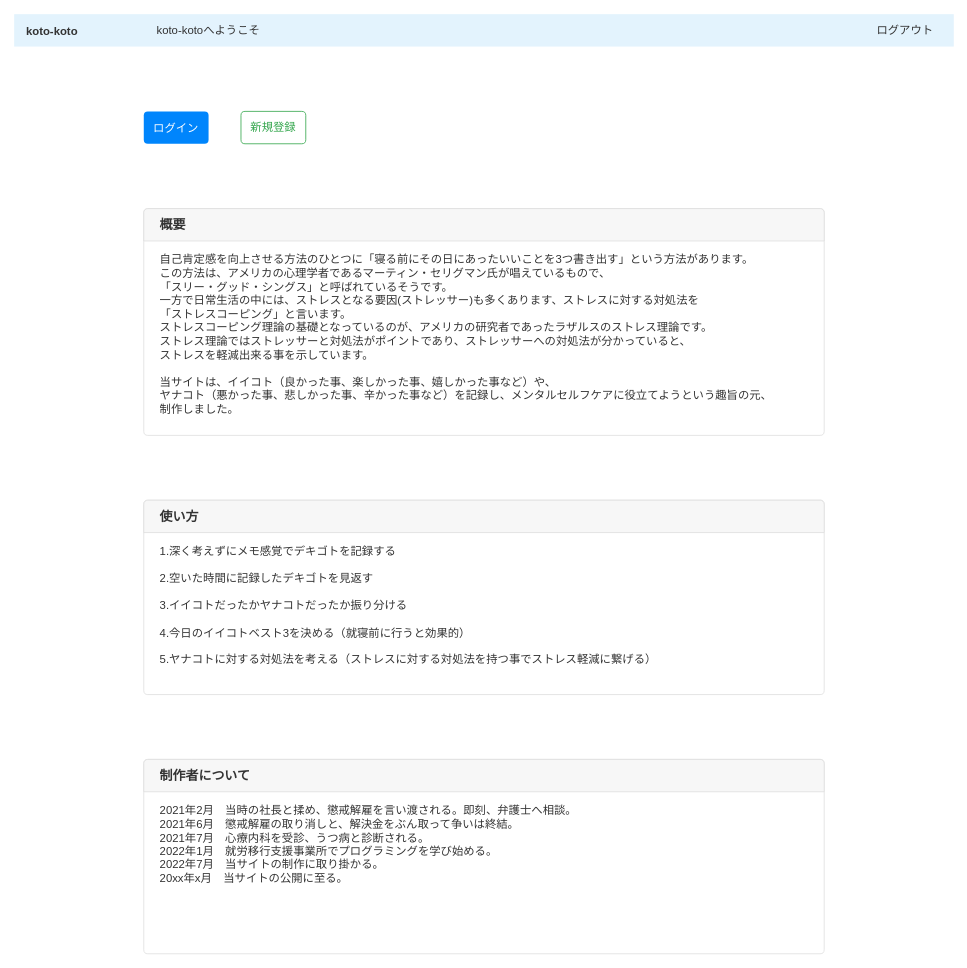
omoikanelulu/Three_good_things keeps this draw.io diagram as page "トップページ" (1 of 5) of 名称未設定ファイル.drawio. Above is the earlier version. Source tidied: cells renumbered, new cells numbered last; positions are measured from the earlier drawing's top-left corner, leaving out a move shared by most shapes. Both pictures are drawn from the tidied source at 81%, with x=0, y=0 at pixel (14, 14).
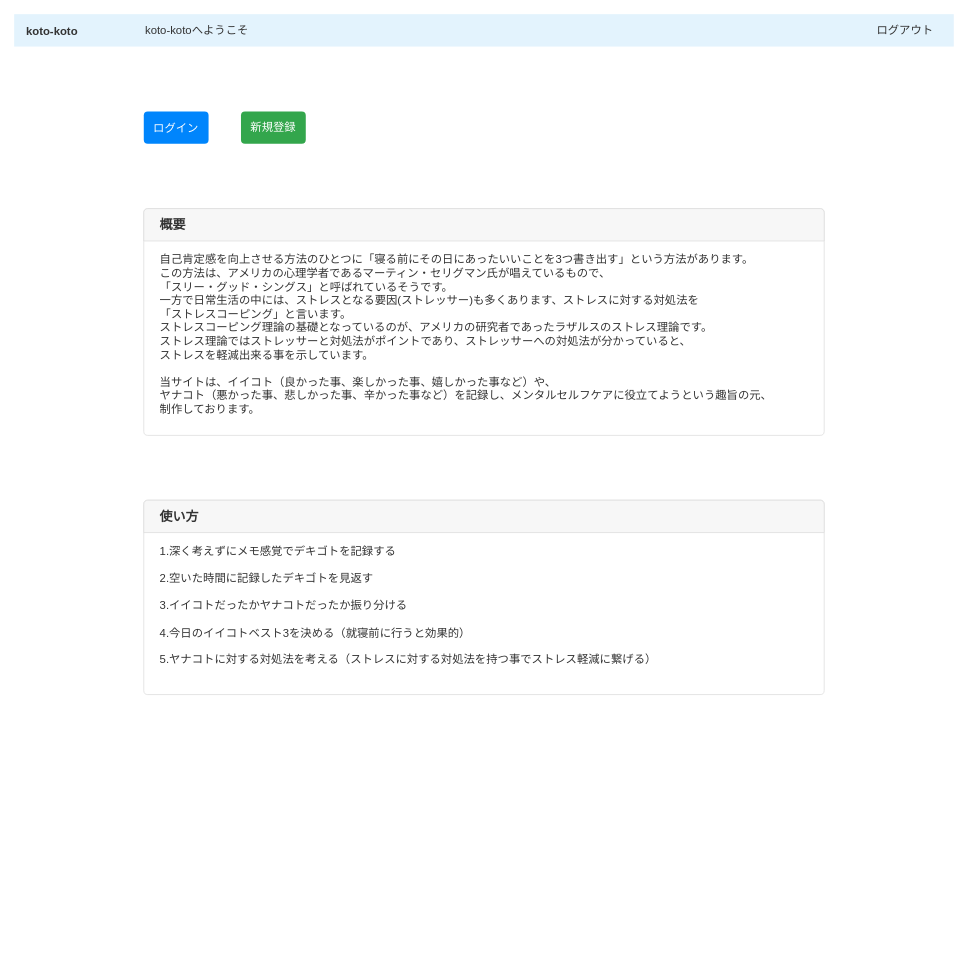
The same diagram, later.

The edit, as a diff of the source:
```diff
@@
 <mxGraphModel background="#ffffff">
   <root>
     <mxCell id="0" />
     <mxCell id="1" parent="0" />
     <mxCell id="2" value="&lt;b style=&quot;font-size: 14px; text-align: center;&quot;&gt;&lt;font color=&quot;#333333&quot;&gt;koto-koto&lt;/font&gt;&lt;/b&gt;" style="html=1;shadow=0;dashed=0;fillColor=#E3F3FD;strokeColor=none;fontSize=16;fontColor=#161819;align=left;spacing=15;" parent="1" vertex="1">
       <mxGeometry width="1160" height="40" as="geometry" />
     </mxCell>
     <mxCell id="3" value="ログアウト" style="html=1;shadow=0;dashed=0;fillColor=none;strokeColor=none;shape=mxgraph.bootstrap.rect;fontColor=#333333;whiteSpace=wrap;fontSize=14;" parent="1" vertex="1">
       <mxGeometry x="1040" width="120" height="40" as="geometry" />
     </mxCell>
     <mxCell id="4" value="&lt;font style=&quot;font-size: 14px;&quot;&gt;ログイン&lt;/font&gt;" style="html=1;shadow=0;dashed=0;shape=mxgraph.bootstrap.rrect;rSize=5;strokeColor=none;strokeWidth=1;fillColor=#0085FC;fontColor=#FFFFFF;whiteSpace=wrap;align=center;verticalAlign=middle;spacingLeft=0;fontStyle=0;fontSize=16;spacing=5;" parent="1" vertex="1">
       <mxGeometry x="160" y="120" width="80" height="40" as="geometry" />
     </mxCell>
-    <mxCell id="5" value="新規登録" style="html=1;shadow=0;dashed=0;shape=mxgraph.bootstrap.rrect;rSize=5;strokeColor=#33A64C;strokeWidth=1;fillColor=none;fontColor=#33A64C;whiteSpace=wrap;align=center;verticalAlign=middle;spacingLeft=0;fontStyle=0;fontSize=14;spacing=5;" parent="1" vertex="1">
+    <mxCell id="5" value="新規登録" style="html=1;shadow=0;dashed=0;shape=mxgraph.bootstrap.rrect;rSize=5;strokeColor=none;strokeWidth=1;fillColor=#33A64C;fontColor=#FFFFFF;whiteSpace=wrap;align=center;verticalAlign=middle;spacingLeft=0;fontStyle=0;fontSize=14;spacing=5;" parent="1" vertex="1">
       <mxGeometry x="280" y="120" width="80" height="40" as="geometry" />
     </mxCell>
-    <mxCell id="6" value="koto-kotoへようこそ" style="html=1;shadow=0;dashed=0;fillColor=none;strokeColor=none;shape=mxgraph.bootstrap.rect;fontColor=#333333;whiteSpace=wrap;fontSize=14;" parent="1" vertex="1">
+    <mxCell id="6" value="koto-kotoへようこそ" style="html=1;shadow=0;dashed=0;fillColor=none;strokeColor=none;shape=mxgraph.bootstrap.rect;fontColor=#333333;whiteSpace=wrap;fontSize=14;align=left;" parent="1" vertex="1">
       <mxGeometry x="160" width="160" height="40" as="geometry" />
     </mxCell>
     <mxCell id="7" style="html=1;shadow=0;dashed=0;shape=mxgraph.bootstrap.rrect;rSize=5;strokeColor=#DFDFDF;html=1;whiteSpace=wrap;fillColor=#FFFFFF;fontColor=#333333;fontSize=16;" parent="1" vertex="1">
       <mxGeometry x="160" y="240" width="840" height="280" as="geometry" />
     </mxCell>
     <mxCell id="8" value="概要" style="html=1;shadow=0;dashed=0;shape=mxgraph.bootstrap.topButton;strokeColor=inherit;fillColor=#F7F7F7;rSize=5;perimeter=none;whiteSpace=wrap;align=left;spacing=20;fontSize=16;fontStyle=1;fontColor=#333333;" parent="7" vertex="1">
       <mxGeometry width="840" height="40" relative="1" as="geometry" />
     </mxCell>
-    <mxCell id="9" value="&lt;font style=&quot;&quot;&gt;&lt;div style=&quot;&quot;&gt;自己肯定感を向上させる方法のひとつに「寝る前にその日にあったいいことを3つ書き出す」という方法があります。&lt;/div&gt;&lt;div style=&quot;&quot;&gt;&lt;span style=&quot;background-color: initial;&quot;&gt;この方法は、アメリカの心理学者であるマーティン・セリグマン氏が唱えているもので、&lt;/span&gt;&lt;/div&gt;&lt;div style=&quot;&quot;&gt;&lt;span style=&quot;background-color: initial;&quot;&gt;「スリー・グッド・シングス」と呼ばれているそうです。&lt;/span&gt;&lt;/div&gt;&lt;div style=&quot;&quot;&gt;&lt;span style=&quot;background-color: initial;&quot;&gt;一方で日常生活の中には、ストレスとなる要因(ストレッサー)も多くあります、ストレスに対する対処法を&lt;/span&gt;&lt;/div&gt;&lt;div style=&quot;&quot;&gt;&lt;span style=&quot;background-color: initial;&quot;&gt;「ストレスコーピング」と言います。&lt;/span&gt;&lt;/div&gt;&lt;div style=&quot;&quot;&gt;&lt;span style=&quot;background-color: initial;&quot;&gt;ストレスコーピング理論の基礎となっているのが、アメリカの研究者であったラザルスのストレス理論です。&lt;/span&gt;&lt;br&gt;&lt;/div&gt;&lt;div style=&quot;&quot;&gt;&lt;span style=&quot;background-color: initial;&quot;&gt;ストレス理論ではストレッサーと対処法がポイントであり、ストレッサーへの対処法が分かっていると、&lt;/span&gt;&lt;/div&gt;&lt;div style=&quot;&quot;&gt;&lt;span style=&quot;background-color: initial;&quot;&gt;ストレスを軽減出来る事を示しています。&lt;/span&gt;&lt;/div&gt;&lt;div style=&quot;&quot;&gt;&lt;span style=&quot;background-color: initial;&quot;&gt;&lt;br&gt;&lt;/span&gt;&lt;/div&gt;&lt;div style=&quot;&quot;&gt;&lt;span style=&quot;background-color: initial;&quot;&gt;当サイトは、イイコト（良かった事、楽しかった事、嬉しかった事など）や、&lt;/span&gt;&lt;/div&gt;&lt;div style=&quot;&quot;&gt;&lt;span style=&quot;background-color: initial;&quot;&gt;ヤナコト（悪かった事、悲しかった事、辛かった事など）を記録し、メンタルセルフケアに役立てようという趣旨の元、&lt;/span&gt;&lt;/div&gt;&lt;div style=&quot;&quot;&gt;&lt;span style=&quot;background-color: initial;&quot;&gt;制作しました。&lt;/span&gt;&lt;/div&gt;&lt;/font&gt;" style="perimeter=none;html=1;whiteSpace=wrap;fillColor=none;strokeColor=none;verticalAlign=top;align=left;spacing=20;spacingTop=-10;fontSize=14;fontColor=#333333;" parent="7" vertex="1">
+    <mxCell id="9" value="&lt;font style=&quot;&quot;&gt;&lt;div style=&quot;&quot;&gt;自己肯定感を向上させる方法のひとつに「寝る前にその日にあったいいことを3つ書き出す」という方法があります。&lt;/div&gt;&lt;div style=&quot;&quot;&gt;&lt;span style=&quot;background-color: initial;&quot;&gt;この方法は、アメリカの心理学者であるマーティン・セリグマン氏が唱えているもので、&lt;/span&gt;&lt;/div&gt;&lt;div style=&quot;&quot;&gt;&lt;span style=&quot;background-color: initial;&quot;&gt;「スリー・グッド・シングス」と呼ばれているそうです。&lt;/span&gt;&lt;/div&gt;&lt;div style=&quot;&quot;&gt;&lt;span style=&quot;background-color: initial;&quot;&gt;一方で日常生活の中には、ストレスとなる要因(ストレッサー)も多くあります、ストレスに対する対処法を&lt;/span&gt;&lt;/div&gt;&lt;div style=&quot;&quot;&gt;&lt;span style=&quot;background-color: initial;&quot;&gt;「ストレスコーピング」と言います。&lt;/span&gt;&lt;/div&gt;&lt;div style=&quot;&quot;&gt;&lt;span style=&quot;background-color: initial;&quot;&gt;ストレスコーピング理論の基礎となっているのが、アメリカの研究者であったラザルスのストレス理論です。&lt;/span&gt;&lt;br&gt;&lt;/div&gt;&lt;div style=&quot;&quot;&gt;&lt;span style=&quot;background-color: initial;&quot;&gt;ストレス理論ではストレッサーと対処法がポイントであり、ストレッサーへの対処法が分かっていると、&lt;/span&gt;&lt;/div&gt;&lt;div style=&quot;&quot;&gt;&lt;span style=&quot;background-color: initial;&quot;&gt;ストレスを軽減出来る事を示しています。&lt;/span&gt;&lt;/div&gt;&lt;div style=&quot;&quot;&gt;&lt;span style=&quot;background-color: initial;&quot;&gt;&lt;br&gt;&lt;/span&gt;&lt;/div&gt;&lt;div style=&quot;&quot;&gt;&lt;span style=&quot;background-color: initial;&quot;&gt;当サイトは、イイコト（良かった事、楽しかった事、嬉しかった事など）や、&lt;/span&gt;&lt;/div&gt;&lt;div style=&quot;&quot;&gt;&lt;span style=&quot;background-color: initial;&quot;&gt;ヤナコト（悪かった事、悲しかった事、辛かった事など）を記録し、メンタルセルフケアに役立てようという趣旨の元、&lt;/span&gt;&lt;/div&gt;&lt;div style=&quot;&quot;&gt;&lt;span style=&quot;background-color: initial;&quot;&gt;制作しております。&lt;/span&gt;&lt;/div&gt;&lt;/font&gt;" style="perimeter=none;html=1;whiteSpace=wrap;fillColor=none;strokeColor=none;verticalAlign=top;align=left;spacing=20;spacingTop=-10;fontSize=14;fontColor=#333333;" parent="7" vertex="1">
       <mxGeometry width="840" height="240" relative="1" as="geometry">
         <mxPoint y="40" as="offset" />
       </mxGeometry>
     </mxCell>
     <mxCell id="10" style="html=1;shadow=0;dashed=0;shape=mxgraph.bootstrap.rrect;rSize=5;strokeColor=#DFDFDF;html=1;whiteSpace=wrap;fillColor=#FFFFFF;fontColor=#333333;fontSize=16;" parent="1" vertex="1">
       <mxGeometry x="160" y="600" width="840" height="240" as="geometry" />
     </mxCell>
     <mxCell id="11" value="使い方" style="html=1;shadow=0;dashed=0;shape=mxgraph.bootstrap.topButton;strokeColor=inherit;fillColor=#F7F7F7;rSize=5;perimeter=none;whiteSpace=wrap;align=left;spacing=20;fontSize=16;fontStyle=1;fontColor=#333333;" parent="10" vertex="1">
       <mxGeometry width="840" height="40" relative="1" as="geometry" />
     </mxCell>
     <mxCell id="12" value="&lt;font style=&quot;&quot;&gt;&lt;div style=&quot;&quot;&gt;1.深く考えずにメモ感覚でデキゴトを記録する&lt;/div&gt;&lt;div style=&quot;&quot;&gt;&lt;br&gt;&lt;/div&gt;&lt;div style=&quot;&quot;&gt;2.空いた時間に記録したデキゴトを見返す&lt;/div&gt;&lt;div style=&quot;&quot;&gt;&lt;br&gt;&lt;/div&gt;&lt;div style=&quot;&quot;&gt;3.イイコトだったかヤナコトだったか振り分ける&lt;/div&gt;&lt;div style=&quot;&quot;&gt;&lt;br&gt;&lt;/div&gt;&lt;div style=&quot;&quot;&gt;4.今日のイイコトベスト3を決める（就寝前に行うと効果的）&lt;/div&gt;&lt;div style=&quot;&quot;&gt;&lt;br&gt;&lt;/div&gt;&lt;div style=&quot;&quot;&gt;5.ヤナコトに対する対処法を考える（ストレスに対する対処法を持つ事でストレス軽減に繋げる）&lt;/div&gt;&lt;/font&gt;" style="perimeter=none;html=1;whiteSpace=wrap;fillColor=none;strokeColor=none;verticalAlign=top;align=left;spacing=20;spacingTop=-10;fontSize=14;fontColor=#333333;" parent="10" vertex="1">
       <mxGeometry width="840" height="200" relative="1" as="geometry">
         <mxPoint y="40" as="offset" />
       </mxGeometry>
     </mxCell>
-    <mxCell id="13" style="html=1;shadow=0;dashed=0;shape=mxgraph.bootstrap.rrect;rSize=5;strokeColor=#DFDFDF;html=1;whiteSpace=wrap;fillColor=#FFFFFF;fontColor=#333333;fontSize=16;" parent="1" vertex="1">
-      <mxGeometry x="160" y="920" width="840" height="240" as="geometry" />
-    </mxCell>
-    <mxCell id="14" value="制作者について" style="html=1;shadow=0;dashed=0;shape=mxgraph.bootstrap.topButton;strokeColor=inherit;fillColor=#F7F7F7;rSize=5;perimeter=none;whiteSpace=wrap;align=left;spacing=20;fontSize=16;fontStyle=1;fontColor=#333333;" parent="13" vertex="1">
-      <mxGeometry width="840" height="40" relative="1" as="geometry" />
-    </mxCell>
-    <mxCell id="15" value="&lt;font style=&quot;&quot;&gt;&lt;div style=&quot;&quot;&gt;2021年2月　当時の社長と揉め、懲戒解雇を言い渡される。即刻、弁護士へ相談。&lt;/div&gt;&lt;div style=&quot;&quot;&gt;2021年6月　懲戒解雇の取り消しと、解決金をぶん取って争いは終結。&lt;/div&gt;&lt;div style=&quot;&quot;&gt;2021年7月　心療内科を受診、うつ病と診断される。&lt;/div&gt;&lt;div style=&quot;&quot;&gt;2022年1月　就労移行支援事業所でプログラミングを学び始める。&lt;/div&gt;&lt;div style=&quot;&quot;&gt;2022年7月　当サイトの制作に取り掛かる。&lt;br&gt;&lt;/div&gt;&lt;div style=&quot;&quot;&gt;20xx年x月　当サイトの公開に至る。&lt;/div&gt;&lt;/font&gt;" style="perimeter=none;html=1;whiteSpace=wrap;fillColor=none;strokeColor=none;verticalAlign=top;align=left;spacing=20;spacingTop=-10;fontSize=14;fontColor=#333333;" parent="13" vertex="1">
-      <mxGeometry width="840" height="200" relative="1" as="geometry">
-        <mxPoint y="40" as="offset" />
-      </mxGeometry>
-    </mxCell>
   </root>
 </mxGraphModel>
```
